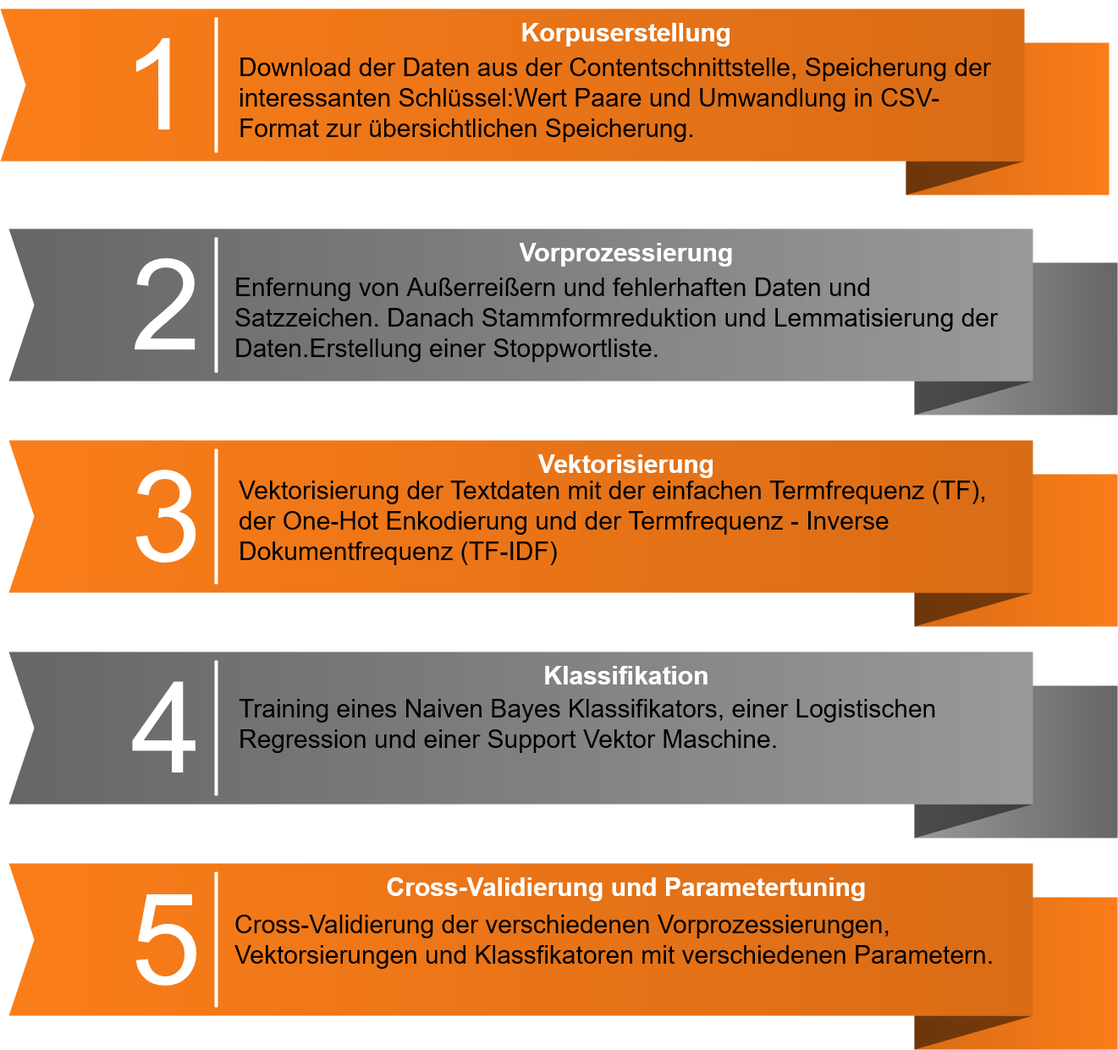
This is test.png from PandasGoBamboo/Masterarbeit, a draw.io export, as it was before one commit. Source tidied: cells renumbered, new cells last; positions are measured from the earlier drawing's top-left corner, leaving out a move shared by most shapes.
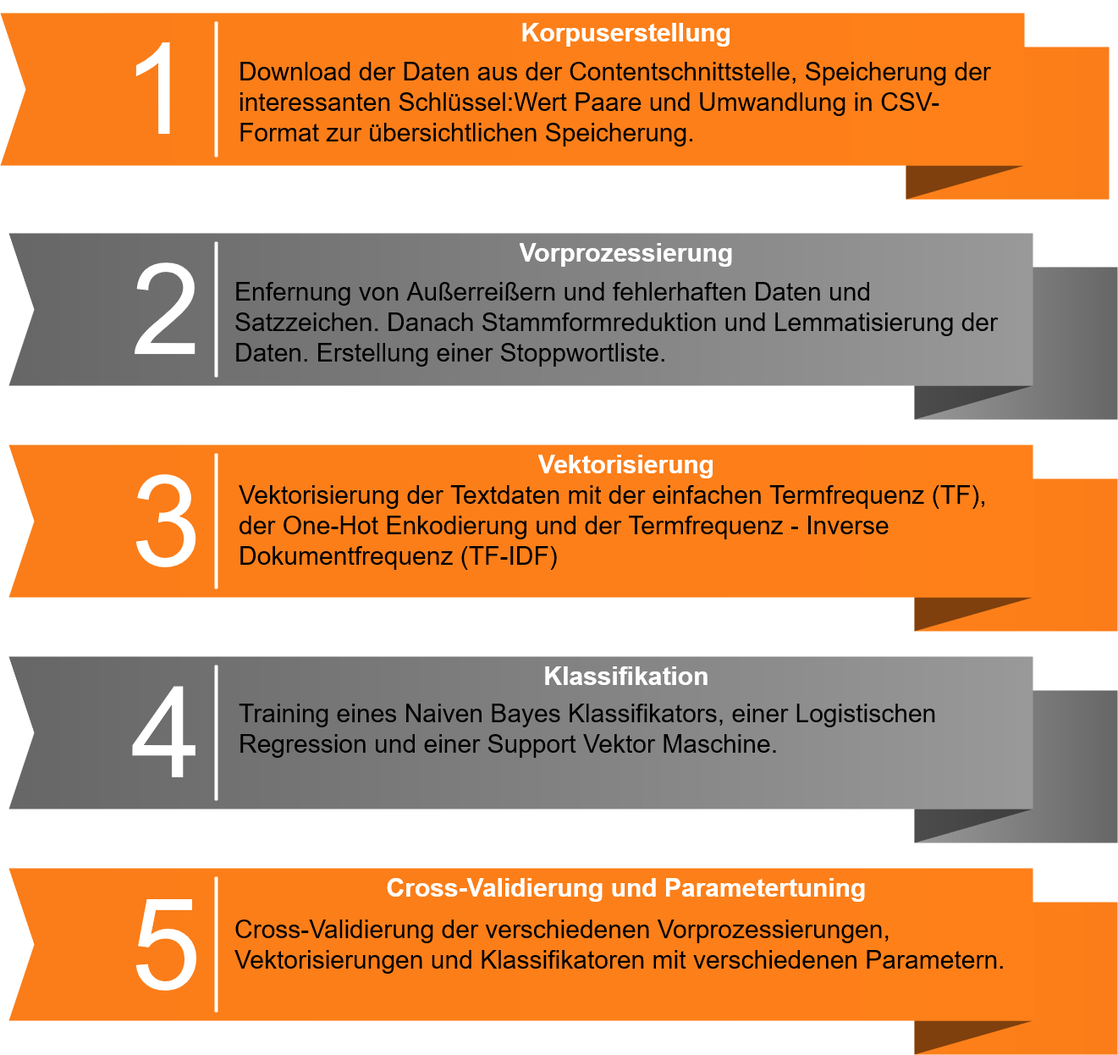
Above is the later version.

The edit, as a diff of the source:
```diff
@@ -2,7 +2,7 @@
   <root>
     <mxCell id="0" style="html=1;" />
     <mxCell id="1" style="html=1;" parent="0" />
-    <mxCell id="2" style="whiteSpace=wrap;html=1;rounded=0;shadow=0;dashed=0;strokeWidth=1;fontFamily=Tahoma;fontSize=10;fontColor=#FFFFFF;strokeColor=none;gradientDirection=west;fillColor=#FA7D19;gradientColor=#D96C16;" parent="1" vertex="1">
+    <mxCell id="2" style="whiteSpace=wrap;html=1;rounded=0;shadow=0;dashed=0;strokeWidth=1;fontFamily=Tahoma;fontSize=10;fontColor=#FFFFFF;strokeColor=none;gradientDirection=west;fillColor=#FA7D19;gradientColor=#FF8019;" parent="1" vertex="1">
       <mxGeometry x="1070" y="40" width="240" height="180" as="geometry" />
     </mxCell>
     <mxCell id="3" style="verticalLabelPosition=bottom;verticalAlign=top;html=1;strokeWidth=1;shape=mxgraph.basic.orthogonal_triangle;rounded=0;shadow=0;dashed=0;fontFamily=Tahoma;fontSize=10;fontColor=#FFFFFF;flipV=1;fillColor=#000000;strokeColor=none;opacity=50;" parent="1" vertex="1">
@@ -14,7 +14,7 @@
     <mxCell id="5" style="verticalLabelPosition=bottom;verticalAlign=top;html=1;strokeWidth=1;shape=mxgraph.basic.orthogonal_triangle;rounded=0;shadow=0;dashed=0;fontFamily=Tahoma;fontSize=10;fontColor=#FFFFFF;flipV=1;fillColor=#000000;strokeColor=none;opacity=50;" parent="1" vertex="1">
       <mxGeometry x="1080" y="440" width="140" height="40" as="geometry" />
     </mxCell>
-    <mxCell id="6" style="whiteSpace=wrap;html=1;rounded=0;shadow=0;dashed=0;strokeWidth=1;fontFamily=Tahoma;fontSize=10;fontColor=#FFFFFF;strokeColor=none;gradientDirection=west;fillColor=#FA7D19;gradientColor=#D96C16;" parent="1" vertex="1">
+    <mxCell id="6" style="whiteSpace=wrap;html=1;rounded=0;shadow=0;dashed=0;strokeWidth=1;fontFamily=Tahoma;fontSize=10;fontColor=#FFFFFF;strokeColor=none;gradientDirection=west;fillColor=#FA7D19;gradientColor=#FF8019;" parent="1" vertex="1">
       <mxGeometry x="1080" y="550" width="240" height="180" as="geometry" />
     </mxCell>
     <mxCell id="7" style="verticalLabelPosition=bottom;verticalAlign=top;html=1;strokeWidth=1;shape=mxgraph.basic.orthogonal_triangle;rounded=0;shadow=0;dashed=0;fontFamily=Tahoma;fontSize=10;fontColor=#FFFFFF;flipV=1;fillColor=#000000;strokeColor=none;opacity=50;" parent="1" vertex="1">
@@ -26,25 +26,25 @@
     <mxCell id="9" style="verticalLabelPosition=bottom;verticalAlign=top;html=1;strokeWidth=1;shape=mxgraph.basic.orthogonal_triangle;rounded=0;shadow=0;dashed=0;fontFamily=Tahoma;fontSize=10;fontColor=#FFFFFF;flipV=1;fillColor=#000000;strokeColor=none;opacity=50;" parent="1" vertex="1">
       <mxGeometry x="1080" y="940" width="140" height="40" as="geometry" />
     </mxCell>
-    <mxCell id="10" style="whiteSpace=wrap;html=1;rounded=0;shadow=0;dashed=0;strokeWidth=1;fontFamily=Tahoma;fontSize=10;fontColor=#FFFFFF;strokeColor=none;gradientDirection=west;fillColor=#FA7D19;gradientColor=#D96C16;" parent="1" vertex="1">
+    <mxCell id="10" style="whiteSpace=wrap;html=1;rounded=0;shadow=0;dashed=0;strokeWidth=1;fontFamily=Tahoma;fontSize=10;fontColor=#FFFFFF;strokeColor=none;gradientDirection=west;fillColor=#FA7D19;gradientColor=#FF8019;" parent="1" vertex="1">
       <mxGeometry x="1080" y="1050" width="240" height="180" as="geometry" />
     </mxCell>
     <mxCell id="11" style="verticalLabelPosition=bottom;verticalAlign=top;html=1;strokeWidth=1;shape=mxgraph.basic.orthogonal_triangle;rounded=0;shadow=0;dashed=0;fontFamily=Tahoma;fontSize=10;fontColor=#FFFFFF;flipV=1;fillColor=#000000;strokeColor=none;opacity=50;" parent="1" vertex="1">
       <mxGeometry x="1080" y="1190" width="140" height="40" as="geometry" />
     </mxCell>
-    <mxCell id="12" style="html=1;shadow=0;dashed=0;align=center;verticalAlign=middle;shape=mxgraph.arrows2.arrow;dy=0;dx=0;notch=30;rounded=0;strokeColor=none;strokeWidth=1;fontFamily=Tahoma;fontSize=10;fontColor=#FFFFFF;gradientDirection=east;fillColor=#FA7D19;gradientColor=#D96C16;" parent="1" vertex="1">
+    <mxCell id="12" style="html=1;shadow=0;dashed=0;align=center;verticalAlign=middle;shape=mxgraph.arrows2.arrow;dy=0;dx=0;notch=30;rounded=0;strokeColor=none;strokeWidth=1;fontFamily=Tahoma;fontSize=10;fontColor=#FFFFFF;gradientDirection=east;fillColor=#FA7D19;gradientColor=#FF8019;" parent="1" vertex="1">
       <mxGeometry width="1210" height="180" as="geometry" />
     </mxCell>
     <mxCell id="13" style="html=1;shadow=0;dashed=0;align=center;verticalAlign=middle;shape=mxgraph.arrows2.arrow;dy=0;dx=0;notch=30;rounded=0;strokeColor=none;strokeWidth=1;fontFamily=Tahoma;fontSize=10;fontColor=#FFFFFF;gradientDirection=east;fillColor=#666666;gradientColor=#999999;" parent="1" vertex="1">
       <mxGeometry x="10" y="260" width="1210" height="180" as="geometry" />
     </mxCell>
-    <mxCell id="14" style="html=1;shadow=0;dashed=0;align=center;verticalAlign=middle;shape=mxgraph.arrows2.arrow;dy=0;dx=0;notch=30;rounded=0;strokeColor=none;strokeWidth=1;fontFamily=Tahoma;fontSize=10;fontColor=#FFFFFF;gradientDirection=east;fillColor=#FA7D19;gradientColor=#D96C16;" parent="1" vertex="1">
+    <mxCell id="14" style="html=1;shadow=0;dashed=0;align=center;verticalAlign=middle;shape=mxgraph.arrows2.arrow;dy=0;dx=0;notch=30;rounded=0;strokeColor=none;strokeWidth=1;fontFamily=Tahoma;fontSize=10;fontColor=#FFFFFF;gradientDirection=east;fillColor=#FA7D19;gradientColor=#FF8019;" parent="1" vertex="1">
       <mxGeometry x="10" y="510" width="1210" height="180" as="geometry" />
     </mxCell>
     <mxCell id="15" style="html=1;shadow=0;dashed=0;align=center;verticalAlign=middle;shape=mxgraph.arrows2.arrow;dy=0;dx=0;notch=30;rounded=0;strokeColor=none;strokeWidth=1;fontFamily=Tahoma;fontSize=10;fontColor=#FFFFFF;gradientDirection=east;fillColor=#666666;gradientColor=#999999;" parent="1" vertex="1">
       <mxGeometry x="10" y="760" width="1210" height="180" as="geometry" />
     </mxCell>
-    <mxCell id="16" style="html=1;shadow=0;dashed=0;align=center;verticalAlign=middle;shape=mxgraph.arrows2.arrow;dy=0;dx=0;notch=30;rounded=0;strokeColor=none;strokeWidth=1;fontFamily=Tahoma;fontSize=10;fontColor=#FFFFFF;gradientDirection=east;fillColor=#FA7D19;gradientColor=#D96C16;" parent="1" vertex="1">
+    <mxCell id="16" style="html=1;shadow=0;dashed=0;align=center;verticalAlign=middle;shape=mxgraph.arrows2.arrow;dy=0;dx=0;notch=30;rounded=0;strokeColor=none;strokeWidth=1;fontFamily=Tahoma;fontSize=10;fontColor=#FFFFFF;gradientDirection=east;fillColor=#FA7D19;gradientColor=#FF8019;" parent="1" vertex="1">
       <mxGeometry x="10" y="1010" width="1210" height="180" as="geometry" />
     </mxCell>
     <mxCell id="17" value="1" style="text;html=1;strokeColor=none;fillColor=none;align=right;verticalAlign=middle;whiteSpace=wrap;rounded=0;shadow=0;dashed=0;fontFamily=Helvetica;fontSize=150;fontColor=#FFFFFF;" parent="1" vertex="1">
@@ -77,22 +77,22 @@
     <mxCell id="26" style="line;strokeWidth=4;direction=south;html=1;rounded=0;shadow=0;dashed=0;fillColor=none;gradientColor=#AD0002;fontFamily=Helvetica;fontSize=150;fontColor=#FFFFFF;align=right;strokeColor=#FFFFFF;" parent="1" vertex="1">
       <mxGeometry x="250" y="1020" width="10" height="160" as="geometry" />
     </mxCell>
-    <mxCell id="27" value="&lt;h1 style=&quot;font-size: 30px;&quot;&gt;Korpuserstellung&lt;/h1&gt;&lt;p style=&quot;font-size: 30px;&quot;&gt;&lt;br style=&quot;font-size: 30px;&quot;&gt;&lt;/p&gt;" style="text;html=1;strokeColor=none;fillColor=none;spacing=5;spacingTop=-20;whiteSpace=wrap;overflow=hidden;rounded=0;shadow=0;dashed=0;fontFamily=Helvetica;fontSize=30;fontColor=#FFFFFF;align=center;" parent="1" vertex="1">
+    <mxCell id="27" value="&lt;h1 style=&quot;font-size: 30px;&quot;&gt;Korpuserstellung&lt;/h1&gt;&lt;p style=&quot;font-size: 30px;&quot;&gt;&lt;br style=&quot;font-size: 30px;&quot;&gt;&lt;/p&gt;" style="text;html=1;strokeColor=none;fillColor=none;spacing=5;spacingTop=-20;whiteSpace=wrap;overflow=hidden;rounded=0;shadow=0;dashed=0;fontFamily=Helvetica;fontSize=30;fontColor=#FFFFFF;align=center;verticalAlign=middle;" parent="1" vertex="1">
       <mxGeometry x="405" width="670" height="140" as="geometry" />
     </mxCell>
-    <mxCell id="28" value="&lt;h1 style=&quot;font-size: 30px;&quot;&gt;Vorprozessierung&lt;br style=&quot;font-size: 30px;&quot;&gt;&lt;/h1&gt;&lt;p style=&quot;font-size: 30px;&quot;&gt;&lt;br style=&quot;font-size: 30px;&quot;&gt;&lt;/p&gt;" style="text;html=1;strokeColor=none;fillColor=none;spacing=5;spacingTop=-20;whiteSpace=wrap;overflow=hidden;rounded=0;shadow=0;dashed=0;fontFamily=Helvetica;fontSize=30;fontColor=#FFFFFF;align=center;" parent="1" vertex="1">
+    <mxCell id="28" value="&lt;h1 style=&quot;font-size: 30px;&quot;&gt;Vorprozessierung&lt;br style=&quot;font-size: 30px;&quot;&gt;&lt;/h1&gt;&lt;p style=&quot;font-size: 30px;&quot;&gt;&lt;br style=&quot;font-size: 30px;&quot;&gt;&lt;/p&gt;" style="text;html=1;strokeColor=none;fillColor=none;spacing=5;spacingTop=-20;whiteSpace=wrap;overflow=hidden;rounded=0;shadow=0;dashed=0;fontFamily=Helvetica;fontSize=30;fontColor=#FFFFFF;align=center;verticalAlign=middle;" parent="1" vertex="1">
       <mxGeometry x="405" y="260" width="670" height="140" as="geometry" />
     </mxCell>
-    <mxCell id="29" value="&lt;h1 style=&quot;font-size: 30px;&quot;&gt;Vektorisierung&lt;br style=&quot;font-size: 30px;&quot;&gt;&lt;/h1&gt;&lt;p style=&quot;font-size: 30px;&quot;&gt;&lt;br style=&quot;font-size: 30px;&quot;&gt;&lt;/p&gt;" style="text;html=1;strokeColor=none;fillColor=none;spacing=5;spacingTop=-20;whiteSpace=wrap;overflow=hidden;rounded=0;shadow=0;dashed=0;fontFamily=Helvetica;fontSize=30;fontColor=#FFFFFF;align=center;" parent="1" vertex="1">
+    <mxCell id="29" value="&lt;h1 style=&quot;font-size: 30px;&quot;&gt;Vektorisierung&lt;br style=&quot;font-size: 30px;&quot;&gt;&lt;/h1&gt;&lt;p style=&quot;font-size: 30px;&quot;&gt;&lt;br style=&quot;font-size: 30px;&quot;&gt;&lt;/p&gt;" style="text;html=1;strokeColor=none;fillColor=none;spacing=5;spacingTop=-20;whiteSpace=wrap;overflow=hidden;rounded=0;shadow=0;dashed=0;fontFamily=Helvetica;fontSize=30;fontColor=#FFFFFF;align=center;verticalAlign=middle;" parent="1" vertex="1">
       <mxGeometry x="405" y="510" width="670" height="140" as="geometry" />
     </mxCell>
-    <mxCell id="30" value="&lt;h1 style=&quot;font-size: 30px;&quot;&gt;Klassifikation&lt;/h1&gt;&lt;p style=&quot;font-size: 30px;&quot;&gt;&lt;br style=&quot;font-size: 30px;&quot;&gt;&lt;/p&gt;" style="text;html=1;strokeColor=none;fillColor=none;spacing=5;spacingTop=-20;whiteSpace=wrap;overflow=hidden;rounded=0;shadow=0;dashed=0;fontFamily=Helvetica;fontSize=30;fontColor=#FFFFFF;align=center;" parent="1" vertex="1">
+    <mxCell id="30" value="&lt;h1 style=&quot;font-size: 30px;&quot;&gt;Klassifikation&lt;/h1&gt;&lt;p style=&quot;font-size: 30px;&quot;&gt;&lt;br style=&quot;font-size: 30px;&quot;&gt;&lt;/p&gt;" style="text;html=1;strokeColor=none;fillColor=none;spacing=5;spacingTop=-20;whiteSpace=wrap;overflow=hidden;rounded=0;shadow=0;dashed=0;fontFamily=Helvetica;fontSize=30;fontColor=#FFFFFF;align=center;verticalAlign=middle;" parent="1" vertex="1">
       <mxGeometry x="405" y="760" width="670" height="140" as="geometry" />
     </mxCell>
-    <mxCell id="31" value="&lt;h1 style=&quot;font-size: 30px&quot;&gt;Cross-Validierung und Parametertuning&lt;br&gt;&lt;/h1&gt;&lt;p style=&quot;font-size: 30px&quot;&gt;&lt;br style=&quot;font-size: 30px&quot;&gt;&lt;/p&gt;" style="text;html=1;strokeColor=none;fillColor=none;spacing=5;spacingTop=-20;whiteSpace=wrap;overflow=hidden;rounded=0;shadow=0;dashed=0;fontFamily=Helvetica;fontSize=30;fontColor=#FFFFFF;align=center;" parent="1" vertex="1">
+    <mxCell id="31" value="&lt;h1 style=&quot;font-size: 30px&quot;&gt;Cross-Validierung und Parametertuning&lt;br&gt;&lt;/h1&gt;&lt;p style=&quot;font-size: 30px&quot;&gt;&lt;br style=&quot;font-size: 30px&quot;&gt;&lt;/p&gt;" style="text;html=1;strokeColor=none;fillColor=none;spacing=5;spacingTop=-20;whiteSpace=wrap;overflow=hidden;rounded=0;shadow=0;dashed=0;fontFamily=Helvetica;fontSize=30;fontColor=#FFFFFF;align=center;verticalAlign=middle;" parent="1" vertex="1">
       <mxGeometry x="405" y="1010" width="670" height="140" as="geometry" />
     </mxCell>
-    <mxCell id="32" value="Cross-Validierung der verschiedenen Vorprozessierungen, Vektorsierungen und Klassfikatoren mit verschiedenen Parametern.&amp;nbsp; " style="text;html=1;strokeColor=none;fillColor=none;align=left;verticalAlign=middle;whiteSpace=wrap;rounded=0;fontSize=30;" parent="1" vertex="1">
+    <mxCell id="32" value="Cross-Validierung der verschiedenen Vorprozessierungen, Vektorisierungen und Klassifikatoren mit verschiedenen Parametern.&amp;nbsp; " style="text;html=1;strokeColor=none;fillColor=none;align=left;verticalAlign=middle;whiteSpace=wrap;rounded=0;fontSize=30;" parent="1" vertex="1">
       <mxGeometry x="275" y="1055" width="930" height="90" as="geometry" />
     </mxCell>
     <mxCell id="33" value="Download der Daten aus der Contentschnittstelle, Speicherung der interessanten Schlüssel:Wert Paare und Umwandlung in CSV-Format zur übersichtlichen Speicherung." style="text;html=1;strokeColor=none;fillColor=none;align=left;verticalAlign=middle;whiteSpace=wrap;rounded=0;fontSize=30;" parent="1" vertex="1">
@@ -101,7 +101,7 @@
     <mxCell id="34" value="Vektorisierung der Textdaten mit der einfachen Termfrequenz (TF), der One-Hot Enkodierung und der Termfrequenz - Inverse Dokumentfrequenz (TF-IDF)" style="text;html=1;strokeColor=none;fillColor=none;align=left;verticalAlign=middle;whiteSpace=wrap;rounded=0;fontSize=30;" parent="1" vertex="1">
       <mxGeometry x="280" y="560" width="930" height="90" as="geometry" />
     </mxCell>
-    <mxCell id="35" value="Enfernung von Außerreißern und fehlerhaften Daten und Satzzeichen. Danach Stammformreduktion und Lemmatisierung der Daten.Erstellung einer Stoppwortliste." style="text;html=1;strokeColor=none;fillColor=none;align=left;verticalAlign=middle;whiteSpace=wrap;rounded=0;fontSize=30;" parent="1" vertex="1">
+    <mxCell id="35" value="Enfernung von Außerreißern und fehlerhaften Daten und Satzzeichen. Danach Stammformreduktion und Lemmatisierung der Daten. Erstellung einer Stoppwortliste." style="text;html=1;strokeColor=none;fillColor=none;align=left;verticalAlign=middle;whiteSpace=wrap;rounded=0;fontSize=30;" parent="1" vertex="1">
       <mxGeometry x="275" y="320" width="930" height="90" as="geometry" />
     </mxCell>
     <mxCell id="36" value="Training eines Naiven Bayes Klassifikators, einer Logistischen Regression und einer Support Vektor Maschine. " style="text;html=1;strokeColor=none;fillColor=none;align=left;verticalAlign=middle;whiteSpace=wrap;rounded=0;fontSize=30;" parent="1" vertex="1">
```
